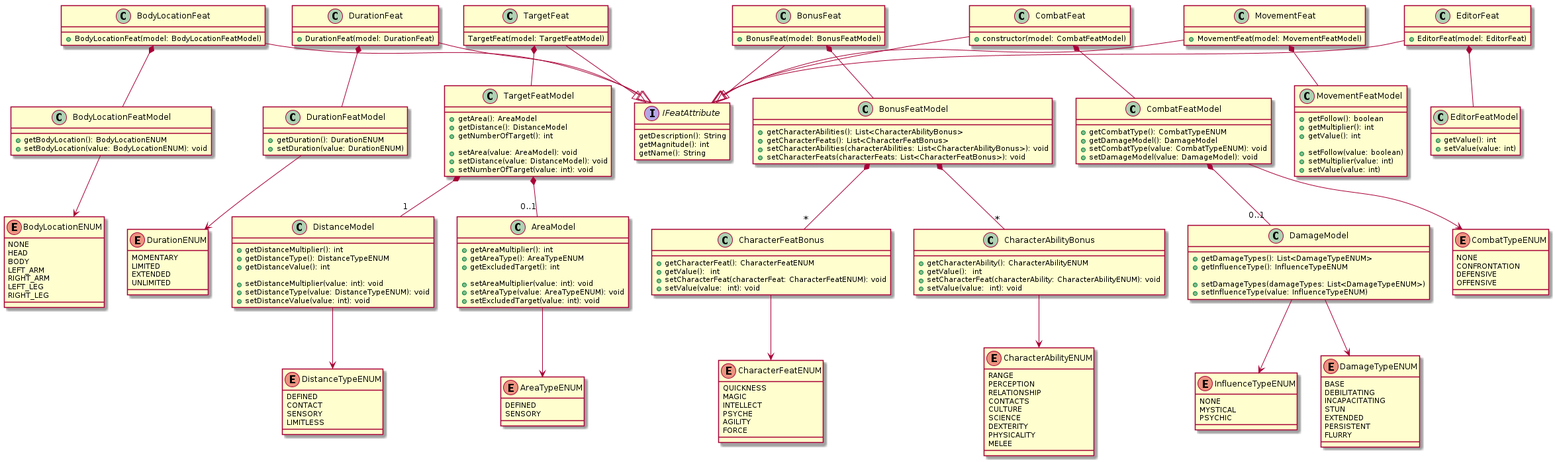
The PlantUML diagram docs/UML/attributes.png in GhChancellor/HeroesWithoutHope, before a commit. The source it was exported from:
```plantuml
@startuml

interface IFeatAttribute {
        getDescription(): String
        getMagnitude(): int
        getName(): String
}

enum BodyLocationENUM {
        NONE
        HEAD
        BODY
        LEFT_ARM
        RIGHT_ARM
        LEFT_LEG
        RIGHT_LEG
}
class BodyLocationFeatModel {
        + getBodyLocation(): BodyLocationENUM
        + setBodyLocation(value: BodyLocationENUM): void
}
BodyLocationFeatModel --> BodyLocationENUM

class BodyLocationFeat {
        + BodyLocationFeat(model: BodyLocationFeatModel)
}
BodyLocationFeat --|> IFeatAttribute
BodyLocationFeat *-- BodyLocationFeatModel

enum DurationENUM {
        MOMENTARY
        LIMITED
        EXTENDED
        UNLIMITED
}
class DurationFeatModel {
        + getDuration(): DurationENUM
        + setDuration(value: DurationENUM)
}
DurationFeatModel --> DurationENUM

class DurationFeat {
        + DurationFeat(model: DurationFeat)
}
DurationFeat --|> IFeatAttribute
DurationFeat *-- DurationFeatModel

class TargetFeatModel {
        + getArea(): AreaModel
        + getDistance(): DistanceModel
        + getNumberOfTarget(): int

        + setArea(value: AreaModel): void
        + setDistance(value: DistanceModel): void
        + setNumberOfTarget(value: int): void
}
TargetFeatModel *-- "1" DistanceModel
TargetFeatModel *-- "0..1" AreaModel

class TargetFeat {
        TargetFeat(model: TargetFeatModel)
}
TargetFeat --|> IFeatAttribute
TargetFeat *-- TargetFeatModel

enum DistanceTypeENUM {
        DEFINED
        CONTACT
        SENSORY
        LIMITLESS
}
class DistanceModel  {
        + getDistanceMultiplier(): int
        + getDistanceType(): DistanceTypeENUM
        + getDistanceValue(): int

        + setDistanceMultiplier(value: int): void
        + setDistanceType(value: DistanceTypeENUM): void
        + setDistanceValue(value: int): void
}
DistanceModel --> DistanceTypeENUM

enum AreaTypeENUM {
        DEFINED
        SENSORY
}
class AreaModel {
        + getAreaMultiplier(): int
        + getAreaType(): AreaTypeENUM
        + getExcludedTarget(): int

        + setAreaMultiplier(value: int): void
        + setAreaType(value: AreaTypeENUM): void
        + setExcludedTarget(value: int): void
}
AreaModel --> AreaTypeENUM



enum CharacterFeatENUM {
        QUICKNESS
        MAGIC
        INTELLECT
        PSYCHE
        AGILITY
        FORCE
}
class CharacterFeatBonus {
        + getCharacterFeat(): CharacterFeatENUM
        + getValue():  int
        + setCharacterFeat(characterFeat: CharacterFeatENUM): void
        + setValue(value:  int): void
}
CharacterFeatBonus --> CharacterFeatENUM

enum CharacterAbilityENUM {
        RANGE
        PERCEPTION
        RELATIONSHIP
        CONTACTS
        CULTURE
        SCIENCE
        DEXTERITY
        PHYSICALITY
        MELEE
}
class CharacterAbilityBonus {
        + getCharacterAbility(): CharacterAbilityENUM
        + getValue():  int
        + setCharacterFeat(characterAbility: CharacterAbilityENUM): void
        + setValue(value:  int): void
}
CharacterAbilityBonus --> CharacterAbilityENUM

class BonusFeatModel {
        + getCharacterAbilities(): List<CharacterAbilityBonus>
        + getCharacterFeats(): List<CharacterFeatBonus>
        + setCharacterAbilities(characterAbilities: List<CharacterAbilityBonus>): void
        + setCharacterFeats(characterFeats: List<CharacterFeatBonus>): void
}
BonusFeatModel *-- "*" CharacterAbilityBonus
BonusFeatModel *-- "*" CharacterFeatBonus

class BonusFeat {
        + BonusFeat(model: BonusFeatModel)
}
BonusFeat --|> IFeatAttribute
BonusFeat *-- BonusFeatModel


enum InfluenceTypeENUM {
        NONE
        MYSTICAL
        PSYCHIC
}
enum DamageTypeENUM {
        BASE
        DEBILITATING
        INCAPACITATING
        STUN
        EXTENDED
        PERSISTENT
        FLURRY
}
class DamageModel {
        + getDamageTypes(): List<DamageTypeENUM>
        + getInfluenceType(): InfluenceTypeENUM

        + setDamageTypes(damageTypes: List<DamageTypeENUM>)
        + setInfluenceType(value: InfluenceTypeENUM)
}
DamageModel --> InfluenceTypeENUM
DamageModel --> DamageTypeENUM

enum CombatTypeENUM {
        NONE
        CONFRONTATION
        DEFENSIVE
        OFFENSIVE
}
class CombatFeatModel {
        + getCombatType(): CombatTypeENUM
        + getDamageModel(): DamageModel
        + setCombatType(value: CombatTypeENUM): void
        + setDamageModel(value: DamageModel): void
}
CombatFeatModel --> CombatTypeENUM
CombatFeatModel *-- "0..1" DamageModel

class CombatFeat {
        + constructor(model: CombatFeatModel)
}
CombatFeat --|> IFeatAttribute
CombatFeat *-- CombatFeatModel

class MovementFeatModel {
        + getFollow(): boolean
        + getMultiplier(): int
        + getValue(): int

        + setFollow(value: boolean)
        + setMultiplier(value: int)
        + setValue(value: int)
}
class MovementFeat {
        + MovementFeat(model: MovementFeatModel)
}
MovementFeat --|> IFeatAttribute
MovementFeat *-- MovementFeatModel


class EditorFeatModel {
        + getValue(): int
        + setValue(value: int)
}
class EditorFeat {
        + EditorFeat(model: EditorFeat)
}

EditorFeat --|> IFeatAttribute
EditorFeat *-- EditorFeatModel

@enduml
```
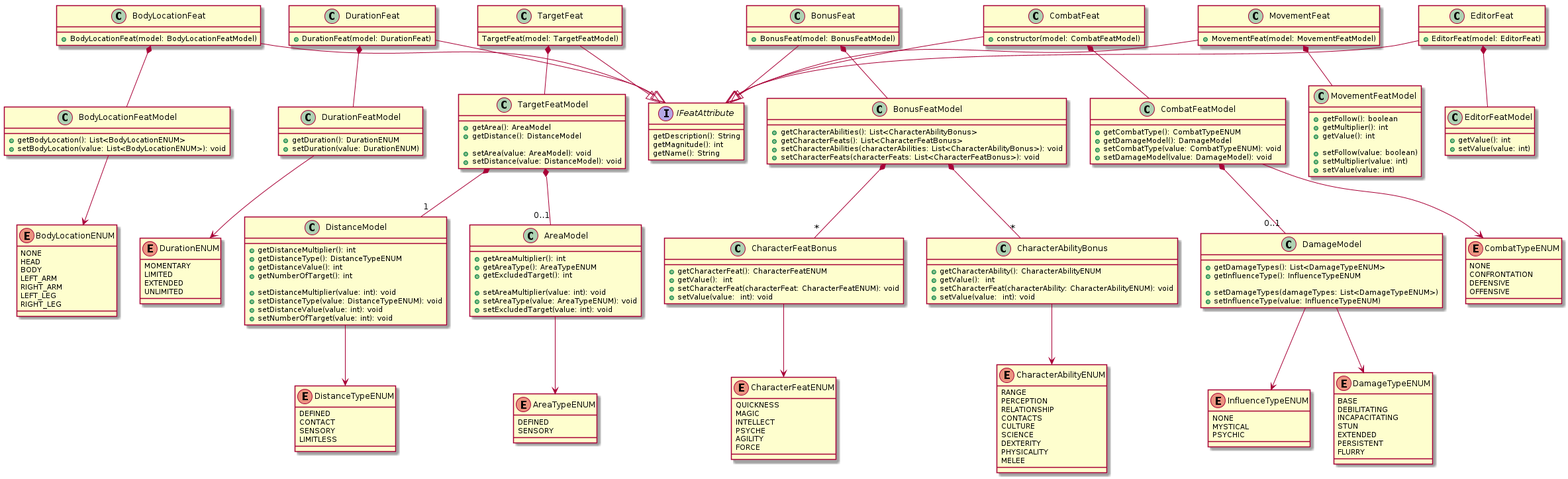
After the commit.

Change to the diagram source:
```diff
@@ -16,8 +16,8 @@
         RIGHT_LEG
 }
 class BodyLocationFeatModel {
-        + getBodyLocation(): BodyLocationENUM
-        + setBodyLocation(value: BodyLocationENUM): void
+        + getBodyLocation(): List<BodyLocationENUM>
+        + setBodyLocation(value: List<BodyLocationENUM>): void
 }
 BodyLocationFeatModel --> BodyLocationENUM
 
@@ -48,11 +48,9 @@
 class TargetFeatModel {
         + getArea(): AreaModel
         + getDistance(): DistanceModel
-        + getNumberOfTarget(): int
 
         + setArea(value: AreaModel): void
         + setDistance(value: DistanceModel): void
-        + setNumberOfTarget(value: int): void
 }
 TargetFeatModel *-- "1" DistanceModel
 TargetFeatModel *-- "0..1" AreaModel
@@ -73,10 +71,12 @@
         + getDistanceMultiplier(): int
         + getDistanceType(): DistanceTypeENUM
         + getDistanceValue(): int
+        + getNumberOfTarget(): int
 
         + setDistanceMultiplier(value: int): void
         + setDistanceType(value: DistanceTypeENUM): void
         + setDistanceValue(value: int): void
+        + setNumberOfTarget(value: int): void
 }
 DistanceModel --> DistanceTypeENUM
 
```
